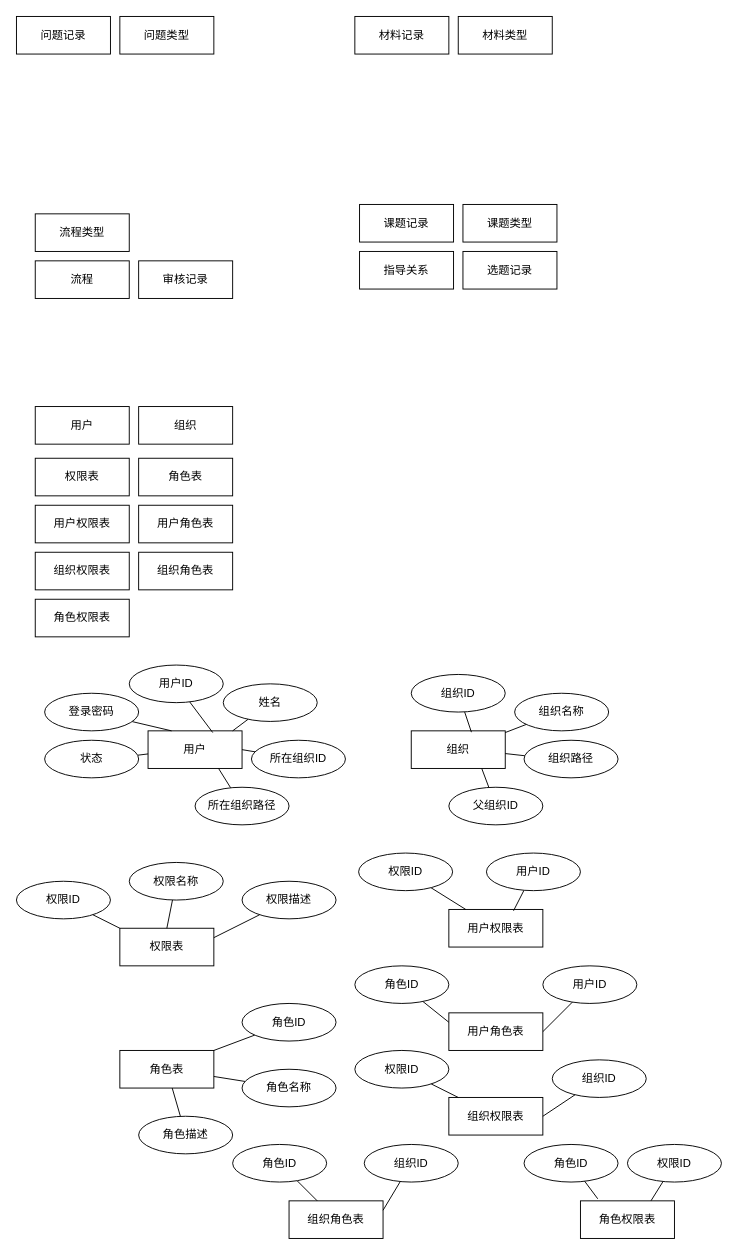
Before: page "认证服务" (1 of 5) of 毕设管理系统/ER模型图.drawio in FdfGithub/drawio, a draw.io diagram. Source tidied: cells renumbered, new cells numbered last; positions are measured from the earlier drawing's top-left corner, leaving out a move shared by most shapes. Both pictures are drawn from the tidied source at 94%, with x=0, y=0 at pixel (16, 16).
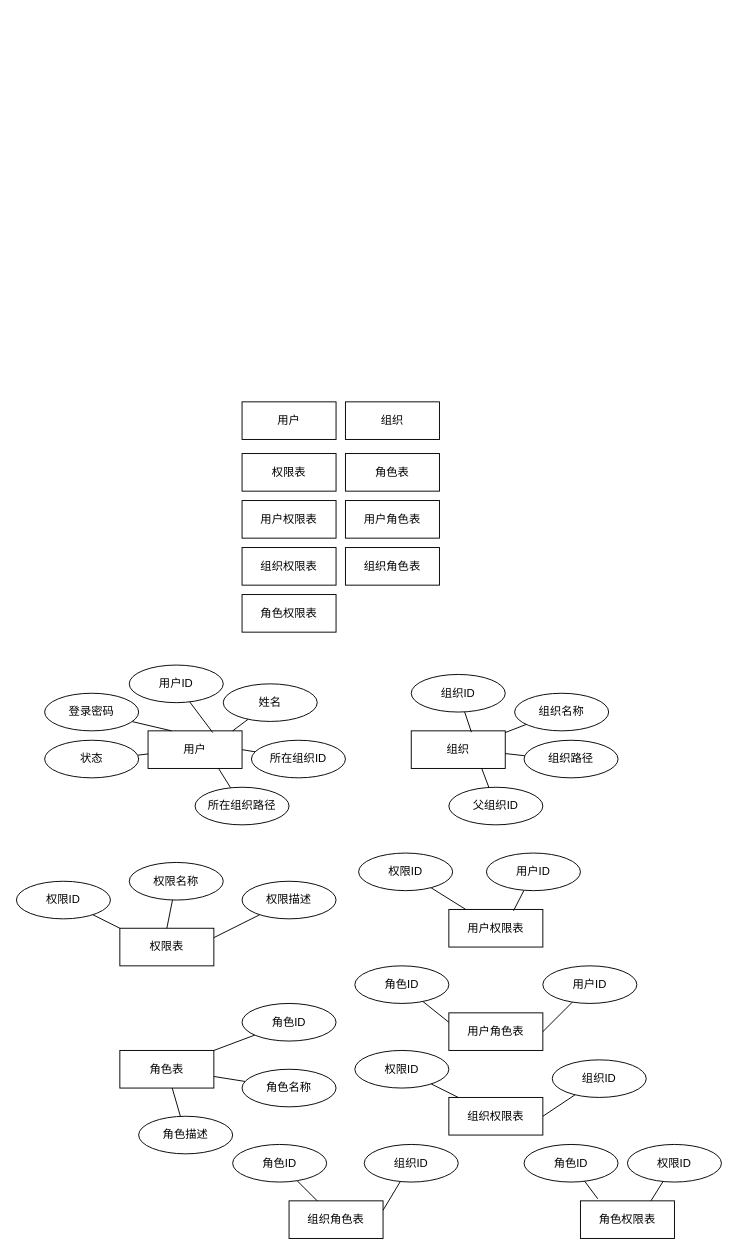
After the change.

The edit, as a diff of the source:
```diff
@@
-    <mxCell id="2" value="课题记录" style="whiteSpace=wrap;html=1;align=center;" parent="1" vertex="1">
-      <mxGeometry x="365" y="200" width="100" height="40" as="geometry" />
-    </mxCell>
-    <mxCell id="3" value="材料记录" style="whiteSpace=wrap;html=1;align=center;" parent="1" vertex="1">
-      <mxGeometry x="360" width="100" height="40" as="geometry" />
-    </mxCell>
-    <mxCell id="4" value="问题记录" style="whiteSpace=wrap;html=1;align=center;" parent="1" vertex="1">
-      <mxGeometry width="100" height="40" as="geometry" />
-    </mxCell>
-    <mxCell id="5" value="流程" style="whiteSpace=wrap;html=1;align=center;" parent="1" vertex="1">
-      <mxGeometry x="20" y="260" width="100" height="40" as="geometry" />
-    </mxCell>
-    <mxCell id="6" value="材料类型" style="whiteSpace=wrap;html=1;align=center;" parent="1" vertex="1">
-      <mxGeometry x="470" width="100" height="40" as="geometry" />
-    </mxCell>
-    <mxCell id="7" value="审核记录" style="whiteSpace=wrap;html=1;align=center;" parent="1" vertex="1">
-      <mxGeometry x="130" y="260" width="100" height="40" as="geometry" />
-    </mxCell>
-    <mxCell id="8" value="指导关系" style="whiteSpace=wrap;html=1;align=center;" parent="1" vertex="1">
-      <mxGeometry x="365" y="250" width="100" height="40" as="geometry" />
-    </mxCell>
     <mxCell id="9" value="组织" style="whiteSpace=wrap;html=1;align=center;" parent="1" vertex="1">
-      <mxGeometry x="130" y="415" width="100" height="40" as="geometry" />
+      <mxGeometry x="350" y="410" width="100" height="40" as="geometry" />
     </mxCell>
     <mxCell id="10" value="权限表" style="whiteSpace=wrap;html=1;align=center;" parent="1" vertex="1">
-      <mxGeometry x="20" y="470" width="100" height="40" as="geometry" />
+      <mxGeometry x="240" y="465" width="100" height="40" as="geometry" />
     </mxCell>
     <mxCell id="11" value="用户" style="whiteSpace=wrap;html=1;align=center;" parent="1" vertex="1">
-      <mxGeometry x="20" y="415" width="100" height="40" as="geometry" />
+      <mxGeometry x="240" y="410" width="100" height="40" as="geometry" />
     </mxCell>
     <mxCell id="12" value="角色表" style="whiteSpace=wrap;html=1;align=center;" parent="1" vertex="1">
-      <mxGeometry x="130" y="470" width="100" height="40" as="geometry" />
+      <mxGeometry x="350" y="465" width="100" height="40" as="geometry" />
     </mxCell>
-    <mxCell id="13" value="问题类型" style="whiteSpace=wrap;html=1;align=center;" parent="1" vertex="1">
-      <mxGeometry x="110" width="100" height="40" as="geometry" />
-    </mxCell>
-    <mxCell id="14" value="选题记录" style="whiteSpace=wrap;html=1;align=center;" parent="1" vertex="1">
-      <mxGeometry x="475" y="250" width="100" height="40" as="geometry" />
-    </mxCell>
     <mxCell id="15" value="用户权限表" style="whiteSpace=wrap;html=1;align=center;" parent="1" vertex="1">
-      <mxGeometry x="20" y="520" width="100" height="40" as="geometry" />
+      <mxGeometry x="240" y="515" width="100" height="40" as="geometry" />
     </mxCell>
     <mxCell id="16" value="用户角色表" style="whiteSpace=wrap;html=1;align=center;" parent="1" vertex="1">
-      <mxGeometry x="130" y="520" width="100" height="40" as="geometry" />
+      <mxGeometry x="350" y="515" width="100" height="40" as="geometry" />
     </mxCell>
     <mxCell id="17" value="组织权限表" style="whiteSpace=wrap;html=1;align=center;" parent="1" vertex="1">
-      <mxGeometry x="20" y="570" width="100" height="40" as="geometry" />
+      <mxGeometry x="240" y="565" width="100" height="40" as="geometry" />
     </mxCell>
     <mxCell id="18" value="组织角色表" style="whiteSpace=wrap;html=1;align=center;" parent="1" vertex="1">
-      <mxGeometry x="130" y="570" width="100" height="40" as="geometry" />
+      <mxGeometry x="350" y="565" width="100" height="40" as="geometry" />
     </mxCell>
     <mxCell id="19" value="角色权限表" style="whiteSpace=wrap;html=1;align=center;" parent="1" vertex="1">
-      <mxGeometry x="20" y="620" width="100" height="40" as="geometry" />
+      <mxGeometry x="240" y="615" width="100" height="40" as="geometry" />
     </mxCell>
-    <mxCell id="20" value="流程类型" style="whiteSpace=wrap;html=1;align=center;" parent="1" vertex="1">
-      <mxGeometry x="20" y="210" width="100" height="40" as="geometry" />
-    </mxCell>
@@
-    <mxCell id="82" value="课题类型" style="whiteSpace=wrap;html=1;align=center;" parent="1" vertex="1">
-      <mxGeometry x="475" y="200" width="100" height="40" as="geometry" />
-    </mxCell>
```
